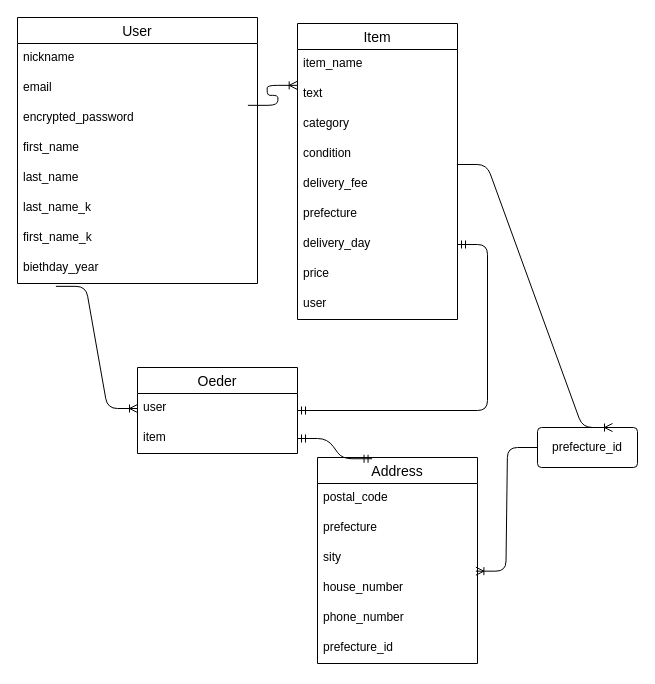
This is er.dio from Why-4410/furima-34791, a draw.io file, before an edit. Source tidied: cells renumbered, new cells numbered last; positions are measured from the earlier drawing's top-left corner, leaving out a move shared by most shapes. Both pictures are drawn from the tidied source at 100%, with x=0, y=0 at pixel (17, 17).
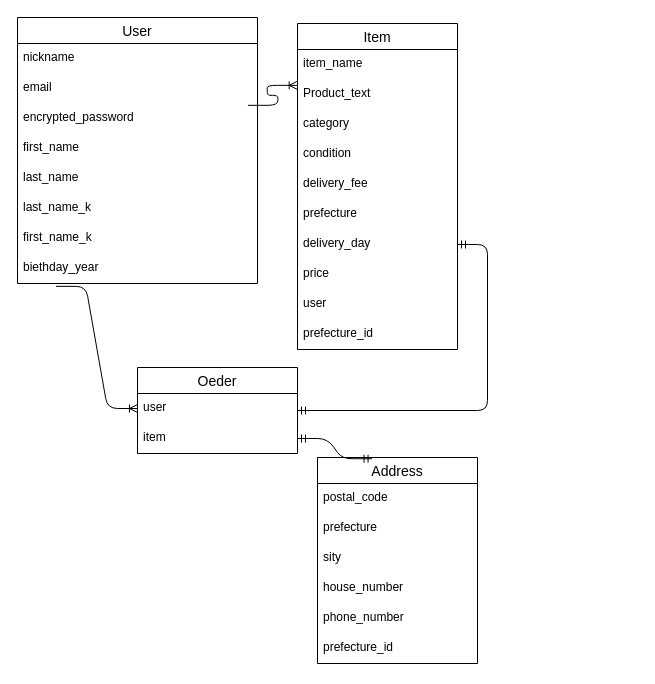
Above is the later version.

Unchanged cells that the change refers to:
```xml
<mxCell id="17" value="condition" style="text;strokeColor=none;fillColor=none;spacingLeft=4;spacingRight=4;overflow=hidden;points=[[0,0.5],[1,0.5]];portConstraint=eastwest;fontSize=12;" parent="13" vertex="1">
  <mxGeometry y="116" width="160" height="30" as="geometry" />
</mxCell>
<mxCell id="32" value="house_number" style="text;strokeColor=none;fillColor=none;spacingLeft=4;spacingRight=4;overflow=hidden;points=[[0,0.5],[1,0.5]];portConstraint=eastwest;fontSize=12;" parent="28" vertex="1">
  <mxGeometry y="116" width="160" height="30" as="geometry" />
</mxCell>
```

What changed in the source:
```diff
@@
     <mxCell id="13" value="Item" style="swimlane;fontStyle=0;horizontal=1;startSize=26;align=center;fontSize=14;" parent="1" vertex="1">
-      <mxGeometry x="280" y="6" width="160" height="296" as="geometry" />
+      <mxGeometry x="280" y="6" width="160" height="326" as="geometry" />
     </mxCell>
@@
-    <mxCell id="15" value="text" style="text;strokeColor=none;fillColor=none;spacingLeft=4;spacingRight=4;overflow=hidden;points=[[0,0.5],[1,0.5]];portConstraint=eastwest;fontSize=12;" parent="13" vertex="1">
+    <mxCell id="15" value="Product_text" style="text;strokeColor=none;fillColor=none;spacingLeft=4;spacingRight=4;overflow=hidden;points=[[0,0.5],[1,0.5]];portConstraint=eastwest;fontSize=12;" parent="13" vertex="1">
       <mxGeometry y="56" width="160" height="30" as="geometry" />
     </mxCell>
@@
+    <mxCell id="36" value="prefecture_id" style="text;strokeColor=none;fillColor=none;spacingLeft=4;spacingRight=4;overflow=hidden;points=[[0,0.5],[1,0.5]];portConstraint=eastwest;fontSize=12;" parent="13" vertex="1">
+      <mxGeometry y="296" width="160" height="30" as="geometry" />
+    </mxCell>
@@
-    <mxCell id="36" value="&lt;span style=&quot;text-align: left&quot;&gt;prefecture_id&lt;/span&gt;" style="rounded=1;arcSize=10;whiteSpace=wrap;html=1;align=center;" parent="1" vertex="1">
-      <mxGeometry x="520" y="410" width="100" height="40" as="geometry" />
-    </mxCell>
-    <mxCell id="37" style="edgeStyle=entityRelationEdgeStyle;fontSize=12;html=1;endArrow=ERoneToMany;entryX=0.99;entryY=-0.078;entryDx=0;entryDy=0;entryPerimeter=0;" parent="1" edge="1" source="36" target="32">
-      <mxGeometry relative="1" as="geometry" />
-    </mxCell>
-    <mxCell id="38" style="edgeStyle=entityRelationEdgeStyle;fontSize=12;html=1;endArrow=ERoneToMany;entryX=0.75;entryY=0;entryDx=0;entryDy=0;exitX=0.996;exitY=0.833;exitDx=0;exitDy=0;exitPerimeter=0;" parent="1" edge="1" source="17" target="36">
-      <mxGeometry relative="1" as="geometry" />
-    </mxCell>
```
